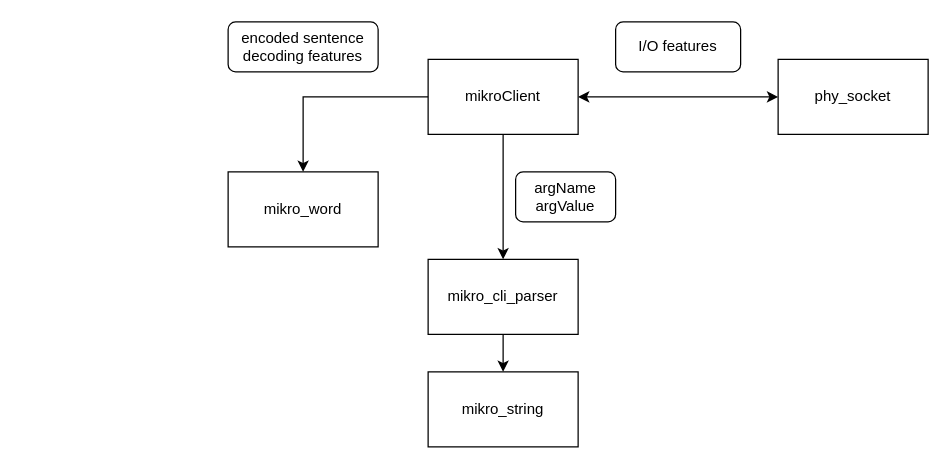
Above: docs/mikrotik_api_client.drawio in pavlo-nykolyn/mikroClient (draw.io), before the change. Source tidied: cells renumbered, new cells numbered last; positions are measured from the earlier drawing's top-left corner, leaving out a move shared by most shapes. Both pictures are drawn from the tidied source at 125%, with x=0, y=0 at pixel (228, 21).
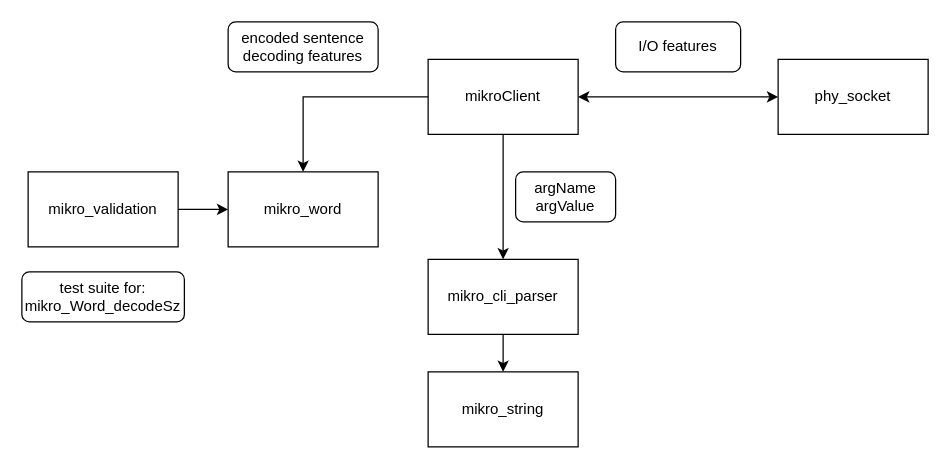
The same page after the edit.

Diff of the diagram source:
```diff
@@
 <mxGraphModel>
   <root>
     <mxCell id="0" />
     <mxCell id="1" parent="0" />
     <mxCell id="2" value="mikro_word" style="rounded=0;whiteSpace=wrap;html=1;" parent="1" vertex="1">
       <mxGeometry y="120" width="120" height="60" as="geometry" />
     </mxCell>
     <mxCell id="3" value="mikroClient" style="rounded=0;whiteSpace=wrap;html=1;" parent="1" vertex="1">
       <mxGeometry x="160" y="30" width="120" height="60" as="geometry" />
     </mxCell>
     <mxCell id="4" value="mikro_cli_parser" style="rounded=0;whiteSpace=wrap;html=1;" parent="1" vertex="1">
       <mxGeometry x="160" y="190" width="120" height="60" as="geometry" />
     </mxCell>
     <mxCell id="5" value="mikro_string" style="rounded=0;whiteSpace=wrap;html=1;" parent="1" vertex="1">
       <mxGeometry x="160" y="280" width="120" height="60" as="geometry" />
     </mxCell>
     <mxCell id="6" value="phy_socket" style="rounded=0;whiteSpace=wrap;html=1;" parent="1" vertex="1">
       <mxGeometry x="440" y="30" width="120" height="60" as="geometry" />
     </mxCell>
     <mxCell id="7" style="endArrow=classic;startArrow=classic;html=1;rounded=0;exitX=1;exitY=0.5;exitDx=0;exitDy=0;entryX=0;entryY=0.5;entryDx=0;entryDy=0;" parent="1" edge="1" source="3" target="6">
       <mxGeometry relative="1" as="geometry" />
     </mxCell>
     <mxCell id="8" style="endArrow=classic;html=1;rounded=0;exitX=0.5;exitY=1;exitDx=0;exitDy=0;entryX=0.5;entryY=0;entryDx=0;entryDy=0;" parent="1" edge="1" source="3" target="4">
       <mxGeometry relative="1" as="geometry" />
     </mxCell>
     <mxCell id="9" style="endArrow=classic;html=1;rounded=0;exitX=0.5;exitY=1;exitDx=0;exitDy=0;entryX=0.5;entryY=0;entryDx=0;entryDy=0;" parent="1" edge="1" source="4" target="5">
       <mxGeometry relative="1" as="geometry" />
     </mxCell>
     <mxCell id="10" style="endArrow=classic;html=1;rounded=0;exitX=0;exitY=0.5;exitDx=0;exitDy=0;entryX=0.5;entryY=0;entryDx=0;entryDy=0;" parent="1" edge="1" source="3" target="2">
       <mxGeometry relative="1" as="geometry">
         <Array as="points">
           <mxPoint x="60" y="60" />
         </Array>
       </mxGeometry>
     </mxCell>
     <mxCell id="11" value="&lt;div&gt;argName&lt;/div&gt;&lt;div&gt;argValue&lt;/div&gt;" style="rounded=1;whiteSpace=wrap;html=1;" parent="1" vertex="1">
       <mxGeometry x="230" y="120" width="80" height="40" as="geometry" />
     </mxCell>
     <mxCell id="12" value="&lt;div&gt;encoded sentence&lt;/div&gt;decoding features" style="rounded=1;whiteSpace=wrap;html=1;" parent="1" vertex="1">
       <mxGeometry width="120" height="40" as="geometry" />
     </mxCell>
     <mxCell id="13" value="I/O features" style="rounded=1;whiteSpace=wrap;html=1;" parent="1" vertex="1">
       <mxGeometry x="310" width="100" height="40" as="geometry" />
     </mxCell>
+    <mxCell id="14" value="mikro_validation" style="rounded=0;whiteSpace=wrap;html=1;" parent="1" vertex="1">
+      <mxGeometry x="-160" y="120" width="120" height="60" as="geometry" />
+    </mxCell>
+    <mxCell id="15" style="endArrow=classic;html=1;rounded=0;exitX=1;exitY=0.5;exitDx=0;exitDy=0;entryX=0;entryY=0.5;entryDx=0;entryDy=0;" parent="1" edge="1" source="14" target="2">
+      <mxGeometry relative="1" as="geometry" />
+    </mxCell>
+    <mxCell id="16" value="test suite for:&lt;div&gt;mikro_Word_decodeSz&lt;/div&gt;" style="rounded=1;whiteSpace=wrap;html=1;" parent="1" vertex="1">
+      <mxGeometry x="-165" y="200" width="130" height="40" as="geometry" />
+    </mxCell>
   </root>
 </mxGraphModel>
```
